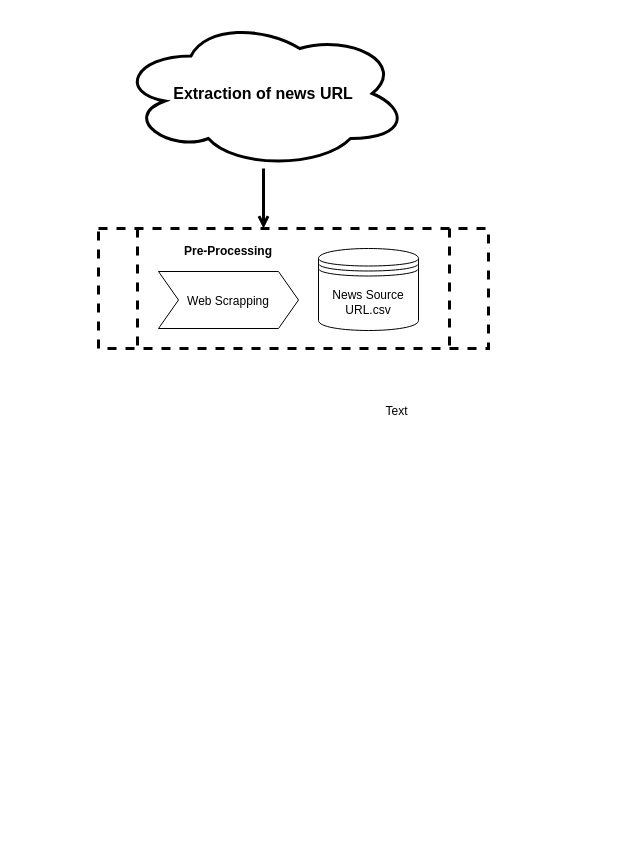
The draw.io diagram page "Page-2" (2 of 2) of Motaleb/Untitled Diagram.drawio in minhazul-alam/News_Gen, before the edit. Source tidied: cells renumbered, new cells numbered last; positions are measured from the earlier drawing's top-left corner, leaving out a move shared by most shapes. Both pictures are drawn from the tidied source at 100%, with x=0, y=0 at pixel (98, 18). Pictures stored in the file or linked from it are replaced by grey dashed boxes.
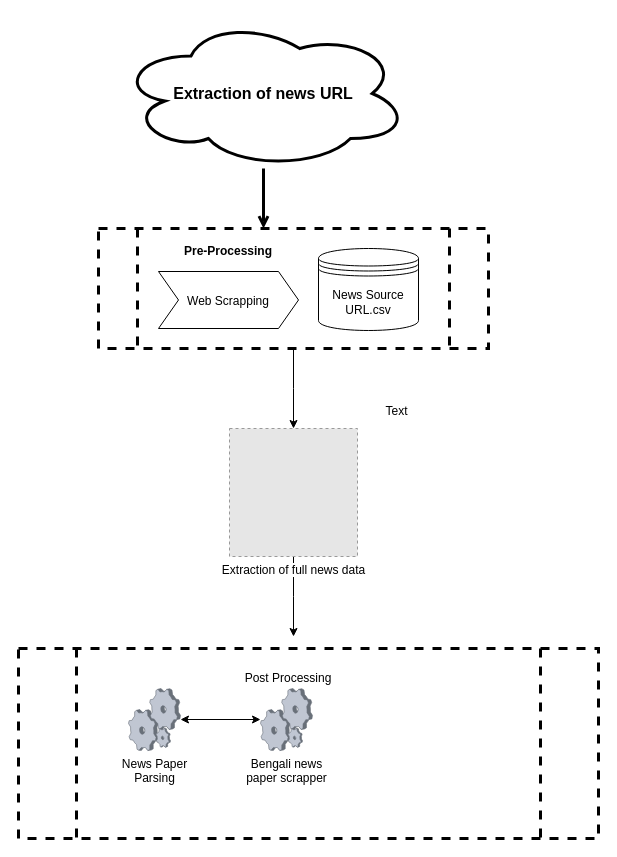
The same diagram, later.

Diff of the diagram source:
```diff
@@
 <mxGraphModel>
   <root>
     <mxCell id="0" />
     <mxCell id="1" parent="0" />
     <mxCell id="2" style="edgeStyle=orthogonalEdgeStyle;rounded=0;jettySize=auto;html=1;startArrow=none;startFill=0;endArrow=open;endFill=0;targetPerimeterSpacing=1;strokeWidth=3;" parent="1" edge="1" source="3">
       <mxGeometry relative="1" as="geometry">
         <mxPoint x="165" y="210" as="targetPoint" />
       </mxGeometry>
     </mxCell>
     <mxCell id="3" value="&lt;b style=&quot;white-space: normal&quot;&gt;&lt;font style=&quot;font-size: 16px&quot;&gt;Extraction of news URL&lt;/font&gt;&lt;/b&gt;" style="ellipse;shape=cloud;whiteSpace=wrap;html=1;strokeColor=#000000;strokeWidth=3;fillColor=none;gradientColor=#ffffff;" parent="1" vertex="1">
       <mxGeometry x="20" width="290" height="150" as="geometry" />
     </mxCell>
+    <mxCell id="9" style="edgeStyle=orthogonalEdgeStyle;rounded=0;jettySize=auto;html=1;" parent="1" edge="1" source="4">
+      <mxGeometry relative="1" as="geometry">
+        <mxPoint x="195" y="410" as="targetPoint" />
+      </mxGeometry>
+    </mxCell>
     <mxCell id="4" style="shape=process;whiteSpace=wrap;html=1;backgroundOutline=1;strokeColor=#000000;strokeWidth=3;fillColor=none;gradientColor=#ffffff;dashed=1;" parent="1" vertex="1">
       <mxGeometry y="210" width="390" height="120" as="geometry" />
     </mxCell>
     <mxCell id="5" value="Pre-Processing" style="swimlane;horizontal=1;fillColor=none;strokeColor=none;stackBorder=10;align=center;fontColor=#000000;dashed=1;" parent="1" vertex="1">
       <mxGeometry x="50" y="220" width="160" height="100" as="geometry" />
     </mxCell>
     <mxCell id="6" value="Web Scrapping" style="shape=step;perimeter=stepPerimeter;fixedSize=1;" parent="5" vertex="1">
       <mxGeometry x="10" y="33" width="140" height="57" as="geometry" />
     </mxCell>
     <mxCell id="7" value="News Source URL.csv" style="shape=datastore;whiteSpace=wrap;html=1;" parent="1" vertex="1">
       <mxGeometry x="220" y="230" width="100" height="82" as="geometry" />
     </mxCell>
     <mxCell id="8" value="Text" style="text;html=1;align=center;verticalAlign=middle;" parent="1" vertex="1">
       <mxGeometry x="278" y="383" width="40" height="20" as="geometry" />
     </mxCell>
+    <mxCell id="10" style="edgeStyle=orthogonalEdgeStyle;rounded=0;jettySize=auto;html=1;" parent="1" edge="1" source="11">
+      <mxGeometry relative="1" as="geometry">
+        <mxPoint x="195" y="618" as="targetPoint" />
+      </mxGeometry>
+    </mxCell>
+    <mxCell id="11" value="Extraction of full news data" style="fillColor=#E6E6E6;strokeColor=#999999;dashed=1;html=1;verticalAlign=top;verticalLabelPosition=bottom;labelBackgroundColor=#ffffff;" parent="1" vertex="1">
+      <mxGeometry x="131" y="410" width="128" height="128" as="geometry" />
+    </mxCell>
+    <mxCell id="12" style="shape=process;whiteSpace=wrap;html=1;backgroundOutline=1;strokeColor=#000000;strokeWidth=3;fillColor=none;gradientColor=#ffffff;dashed=1;" parent="1" vertex="1">
+      <mxGeometry x="-80" y="630" width="580" height="190" as="geometry" />
+    </mxCell>
+    <mxCell id="13" value="Post Processing" style="text;html=1;strokeColor=none;fillColor=none;align=center;verticalAlign=middle;whiteSpace=wrap;rounded=0;" parent="1" vertex="1">
+      <mxGeometry x="90" y="650" width="200" height="20" as="geometry" />
+    </mxCell>
+    <mxCell id="14" style="edgeStyle=orthogonalEdgeStyle;rounded=0;jettySize=auto;html=1;startArrow=classic;startFill=1;" parent="1" edge="1" source="15" target="16">
+      <mxGeometry relative="1" as="geometry" />
+    </mxCell>
+    <mxCell id="15" value="&lt;div&gt;News Paper &lt;br&gt;&lt;/div&gt;&lt;div&gt;Parsing&lt;/div&gt;" style="verticalLabelPosition=bottom;html=1;verticalAlign=top;strokeColor=none;align=center;outlineConnect=0;shape=mxgraph.citrix.process;" parent="1" vertex="1">
+      <mxGeometry x="30" y="670" width="52" height="62" as="geometry" />
+    </mxCell>
+    <mxCell id="16" value="&lt;div&gt;Bengali news &lt;br&gt;&lt;/div&gt;&lt;div&gt;paper scrapper&lt;/div&gt;" style="verticalLabelPosition=bottom;html=1;verticalAlign=top;strokeColor=none;align=center;outlineConnect=0;shape=mxgraph.citrix.process;" parent="1" vertex="1">
+      <mxGeometry x="162" y="670" width="52" height="62" as="geometry" />
+    </mxCell>
   </root>
 </mxGraphModel>
```
